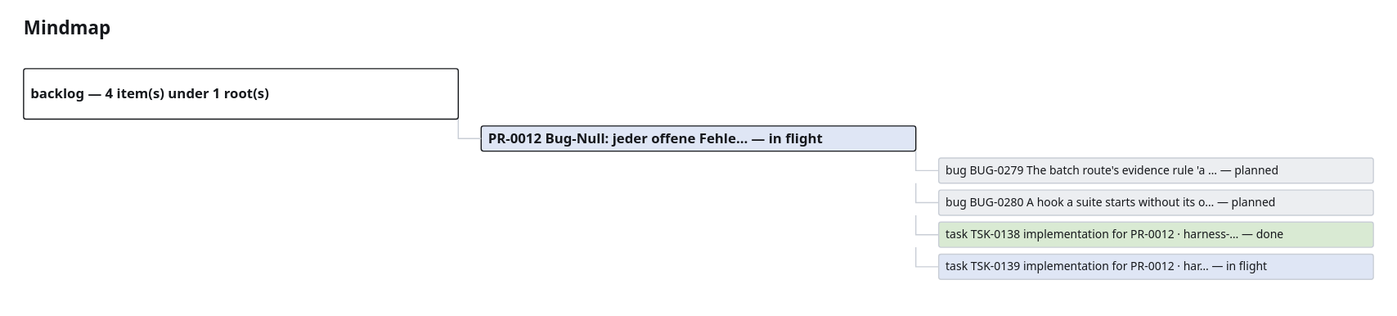
This is project_memory/generated/mindmap.drawio.svg from GiaZenX/harness, a draw.io export, as it was before one commit. Source tidied: cells renumbered, new cells last; positions are measured from the earlier drawing's top-left corner, leaving out a move shared by most shapes.
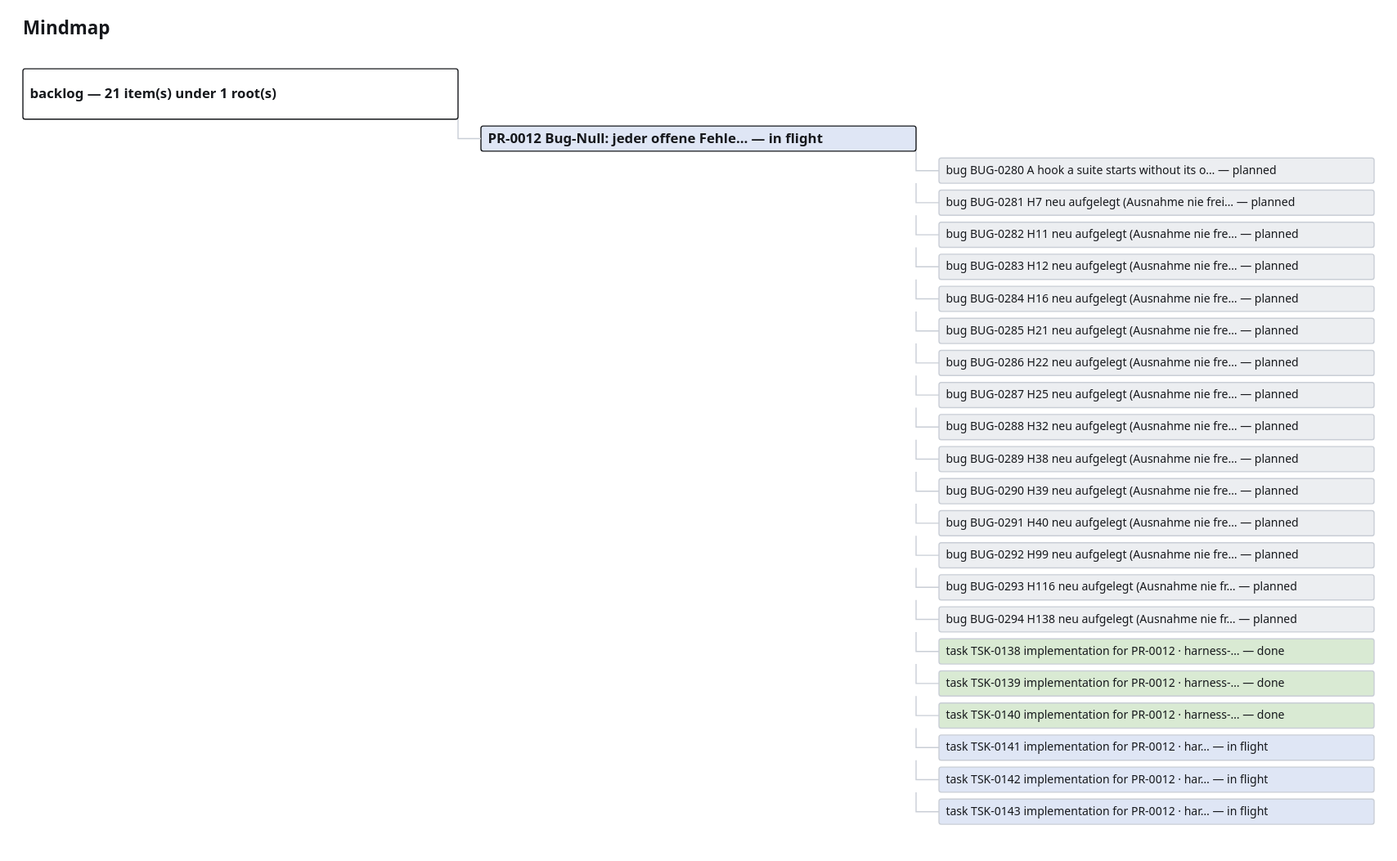
The same file after the commit.

Diff of the diagram source:
```diff
@@ -5,7 +5,7 @@
     <mxCell id="2" value="Mindmap" style="text;html=1;fontSize=16;fontStyle=1;" parent="1" vertex="1">
       <mxGeometry width="300" height="20" as="geometry" />
     </mxCell>
-    <mxCell id="3" value="backlog — 4 item(s) under 1 root(s)" style="rounded=1;whiteSpace=wrap;html=1;fillColor=#ffffff;strokeColor=#16181c;fontSize=12;fontStyle=1;" parent="1" vertex="1">
+    <mxCell id="3" value="backlog — 21 item(s) under 1 root(s)" style="rounded=1;whiteSpace=wrap;html=1;fillColor=#ffffff;strokeColor=#16181c;fontSize=12;fontStyle=1;" parent="1" vertex="1">
       <mxGeometry y="44" width="380" height="44" as="geometry" />
     </mxCell>
     <mxCell id="4" value="PR-0012 Bug-Null: jeder offene Fehle… — in flight" style="rounded=1;whiteSpace=wrap;html=1;fillColor=#dfe6f5;strokeColor=#16181c;fontSize=12;fontStyle=1;" parent="1" vertex="1">
@@ -14,29 +14,131 @@
     <mxCell id="5" style="edgeStyle=orthogonalEdgeStyle;endArrow=none;strokeColor=#c9ced6;" parent="1" edge="1" source="3" target="4">
       <mxGeometry relative="1" as="geometry" />
     </mxCell>
-    <mxCell id="6" value="bug BUG-0279 The batch route's evidence rule 'a … — planned" style="rounded=1;whiteSpace=wrap;html=1;fillColor=#eceef1;strokeColor=#c9ced6;fontSize=10;" parent="1" vertex="1">
+    <mxCell id="6" value="bug BUG-0280 A hook a suite starts without its o… — planned" style="rounded=1;whiteSpace=wrap;html=1;fillColor=#eceef1;strokeColor=#c9ced6;fontSize=10;" parent="1" vertex="1">
       <mxGeometry x="800" y="122" width="380" height="22" as="geometry" />
     </mxCell>
     <mxCell id="7" style="edgeStyle=orthogonalEdgeStyle;endArrow=none;strokeColor=#c9ced6;" parent="1" edge="1" source="4" target="6">
       <mxGeometry relative="1" as="geometry" />
     </mxCell>
-    <mxCell id="8" value="bug BUG-0280 A hook a suite starts without its o… — planned" style="rounded=1;whiteSpace=wrap;html=1;fillColor=#eceef1;strokeColor=#c9ced6;fontSize=10;" parent="1" vertex="1">
+    <mxCell id="8" value="bug BUG-0281 H7 neu aufgelegt (Ausnahme nie frei… — planned" style="rounded=1;whiteSpace=wrap;html=1;fillColor=#eceef1;strokeColor=#c9ced6;fontSize=10;" parent="1" vertex="1">
       <mxGeometry x="800" y="150" width="380" height="22" as="geometry" />
     </mxCell>
     <mxCell id="9" style="edgeStyle=orthogonalEdgeStyle;endArrow=none;strokeColor=#c9ced6;" parent="1" edge="1" source="4" target="8">
       <mxGeometry relative="1" as="geometry" />
     </mxCell>
-    <mxCell id="10" value="task TSK-0138 implementation for PR-0012 · harness-… — done" style="rounded=1;whiteSpace=wrap;html=1;fillColor=#d9ead3;strokeColor=#c9ced6;fontSize=10;" parent="1" vertex="1">
+    <mxCell id="10" value="bug BUG-0282 H11 neu aufgelegt (Ausnahme nie fre… — planned" style="rounded=1;whiteSpace=wrap;html=1;fillColor=#eceef1;strokeColor=#c9ced6;fontSize=10;" parent="1" vertex="1">
       <mxGeometry x="800" y="178" width="380" height="22" as="geometry" />
     </mxCell>
     <mxCell id="11" style="edgeStyle=orthogonalEdgeStyle;endArrow=none;strokeColor=#c9ced6;" parent="1" edge="1" source="4" target="10">
       <mxGeometry relative="1" as="geometry" />
     </mxCell>
-    <mxCell id="12" value="task TSK-0139 implementation for PR-0012 · har… — in flight" style="rounded=1;whiteSpace=wrap;html=1;fillColor=#dfe6f5;strokeColor=#c9ced6;fontSize=10;" parent="1" vertex="1">
+    <mxCell id="12" value="bug BUG-0283 H12 neu aufgelegt (Ausnahme nie fre… — planned" style="rounded=1;whiteSpace=wrap;html=1;fillColor=#eceef1;strokeColor=#c9ced6;fontSize=10;" parent="1" vertex="1">
       <mxGeometry x="800" y="206" width="380" height="22" as="geometry" />
     </mxCell>
     <mxCell id="13" style="edgeStyle=orthogonalEdgeStyle;endArrow=none;strokeColor=#c9ced6;" parent="1" edge="1" source="4" target="12">
       <mxGeometry relative="1" as="geometry" />
     </mxCell>
+    <mxCell id="14" value="bug BUG-0284 H16 neu aufgelegt (Ausnahme nie fre… — planned" style="rounded=1;whiteSpace=wrap;html=1;fillColor=#eceef1;strokeColor=#c9ced6;fontSize=10;" parent="1" vertex="1">
+      <mxGeometry x="800" y="234" width="380" height="22" as="geometry" />
+    </mxCell>
+    <mxCell id="15" style="edgeStyle=orthogonalEdgeStyle;endArrow=none;strokeColor=#c9ced6;" parent="1" edge="1" source="4" target="14">
+      <mxGeometry relative="1" as="geometry" />
+    </mxCell>
+    <mxCell id="16" value="bug BUG-0285 H21 neu aufgelegt (Ausnahme nie fre… — planned" style="rounded=1;whiteSpace=wrap;html=1;fillColor=#eceef1;strokeColor=#c9ced6;fontSize=10;" parent="1" vertex="1">
+      <mxGeometry x="800" y="262" width="380" height="22" as="geometry" />
+    </mxCell>
+    <mxCell id="17" style="edgeStyle=orthogonalEdgeStyle;endArrow=none;strokeColor=#c9ced6;" parent="1" edge="1" source="4" target="16">
+      <mxGeometry relative="1" as="geometry" />
+    </mxCell>
+    <mxCell id="18" value="bug BUG-0286 H22 neu aufgelegt (Ausnahme nie fre… — planned" style="rounded=1;whiteSpace=wrap;html=1;fillColor=#eceef1;strokeColor=#c9ced6;fontSize=10;" parent="1" vertex="1">
+      <mxGeometry x="800" y="290" width="380" height="22" as="geometry" />
+    </mxCell>
+    <mxCell id="19" style="edgeStyle=orthogonalEdgeStyle;endArrow=none;strokeColor=#c9ced6;" parent="1" edge="1" source="4" target="18">
+      <mxGeometry relative="1" as="geometry" />
+    </mxCell>
+    <mxCell id="20" value="bug BUG-0287 H25 neu aufgelegt (Ausnahme nie fre… — planned" style="rounded=1;whiteSpace=wrap;html=1;fillColor=#eceef1;strokeColor=#c9ced6;fontSize=10;" parent="1" vertex="1">
+      <mxGeometry x="800" y="318" width="380" height="22" as="geometry" />
+    </mxCell>
+    <mxCell id="21" style="edgeStyle=orthogonalEdgeStyle;endArrow=none;strokeColor=#c9ced6;" parent="1" edge="1" source="4" target="20">
+      <mxGeometry relative="1" as="geometry" />
+    </mxCell>
+    <mxCell id="22" value="bug BUG-0288 H32 neu aufgelegt (Ausnahme nie fre… — planned" style="rounded=1;whiteSpace=wrap;html=1;fillColor=#eceef1;strokeColor=#c9ced6;fontSize=10;" parent="1" vertex="1">
+      <mxGeometry x="800" y="346" width="380" height="22" as="geometry" />
+    </mxCell>
+    <mxCell id="23" style="edgeStyle=orthogonalEdgeStyle;endArrow=none;strokeColor=#c9ced6;" parent="1" edge="1" source="4" target="22">
+      <mxGeometry relative="1" as="geometry" />
+    </mxCell>
+    <mxCell id="24" value="bug BUG-0289 H38 neu aufgelegt (Ausnahme nie fre… — planned" style="rounded=1;whiteSpace=wrap;html=1;fillColor=#eceef1;strokeColor=#c9ced6;fontSize=10;" parent="1" vertex="1">
+      <mxGeometry x="800" y="374" width="380" height="22" as="geometry" />
+    </mxCell>
+    <mxCell id="25" style="edgeStyle=orthogonalEdgeStyle;endArrow=none;strokeColor=#c9ced6;" parent="1" edge="1" source="4" target="24">
+      <mxGeometry relative="1" as="geometry" />
+    </mxCell>
+    <mxCell id="26" value="bug BUG-0290 H39 neu aufgelegt (Ausnahme nie fre… — planned" style="rounded=1;whiteSpace=wrap;html=1;fillColor=#eceef1;strokeColor=#c9ced6;fontSize=10;" parent="1" vertex="1">
+      <mxGeometry x="800" y="402" width="380" height="22" as="geometry" />
+    </mxCell>
+    <mxCell id="27" style="edgeStyle=orthogonalEdgeStyle;endArrow=none;strokeColor=#c9ced6;" parent="1" edge="1" source="4" target="26">
+      <mxGeometry relative="1" as="geometry" />
+    </mxCell>
+    <mxCell id="28" value="bug BUG-0291 H40 neu aufgelegt (Ausnahme nie fre… — planned" style="rounded=1;whiteSpace=wrap;html=1;fillColor=#eceef1;strokeColor=#c9ced6;fontSize=10;" parent="1" vertex="1">
+      <mxGeometry x="800" y="430" width="380" height="22" as="geometry" />
+    </mxCell>
+    <mxCell id="29" style="edgeStyle=orthogonalEdgeStyle;endArrow=none;strokeColor=#c9ced6;" parent="1" edge="1" source="4" target="28">
+      <mxGeometry relative="1" as="geometry" />
+    </mxCell>
+    <mxCell id="30" value="bug BUG-0292 H99 neu aufgelegt (Ausnahme nie fre… — planned" style="rounded=1;whiteSpace=wrap;html=1;fillColor=#eceef1;strokeColor=#c9ced6;fontSize=10;" parent="1" vertex="1">
+      <mxGeometry x="800" y="458" width="380" height="22" as="geometry" />
+    </mxCell>
+    <mxCell id="31" style="edgeStyle=orthogonalEdgeStyle;endArrow=none;strokeColor=#c9ced6;" parent="1" edge="1" source="4" target="30">
+      <mxGeometry relative="1" as="geometry" />
+    </mxCell>
+    <mxCell id="32" value="bug BUG-0293 H116 neu aufgelegt (Ausnahme nie fr… — planned" style="rounded=1;whiteSpace=wrap;html=1;fillColor=#eceef1;strokeColor=#c9ced6;fontSize=10;" parent="1" vertex="1">
+      <mxGeometry x="800" y="486" width="380" height="22" as="geometry" />
+    </mxCell>
+    <mxCell id="33" style="edgeStyle=orthogonalEdgeStyle;endArrow=none;strokeColor=#c9ced6;" parent="1" edge="1" source="4" target="32">
+      <mxGeometry relative="1" as="geometry" />
+    </mxCell>
+    <mxCell id="34" value="bug BUG-0294 H138 neu aufgelegt (Ausnahme nie fr… — planned" style="rounded=1;whiteSpace=wrap;html=1;fillColor=#eceef1;strokeColor=#c9ced6;fontSize=10;" parent="1" vertex="1">
+      <mxGeometry x="800" y="514" width="380" height="22" as="geometry" />
+    </mxCell>
+    <mxCell id="35" style="edgeStyle=orthogonalEdgeStyle;endArrow=none;strokeColor=#c9ced6;" parent="1" edge="1" source="4" target="34">
+      <mxGeometry relative="1" as="geometry" />
+    </mxCell>
+    <mxCell id="36" value="task TSK-0138 implementation for PR-0012 · harness-… — done" style="rounded=1;whiteSpace=wrap;html=1;fillColor=#d9ead3;strokeColor=#c9ced6;fontSize=10;" parent="1" vertex="1">
+      <mxGeometry x="800" y="542" width="380" height="22" as="geometry" />
+    </mxCell>
+    <mxCell id="37" style="edgeStyle=orthogonalEdgeStyle;endArrow=none;strokeColor=#c9ced6;" parent="1" edge="1" source="4" target="36">
+      <mxGeometry relative="1" as="geometry" />
+    </mxCell>
+    <mxCell id="38" value="task TSK-0139 implementation for PR-0012 · harness-… — done" style="rounded=1;whiteSpace=wrap;html=1;fillColor=#d9ead3;strokeColor=#c9ced6;fontSize=10;" parent="1" vertex="1">
+      <mxGeometry x="800" y="570" width="380" height="22" as="geometry" />
+    </mxCell>
+    <mxCell id="39" style="edgeStyle=orthogonalEdgeStyle;endArrow=none;strokeColor=#c9ced6;" parent="1" edge="1" source="4" target="38">
+      <mxGeometry relative="1" as="geometry" />
+    </mxCell>
+    <mxCell id="40" value="task TSK-0140 implementation for PR-0012 · harness-… — done" style="rounded=1;whiteSpace=wrap;html=1;fillColor=#d9ead3;strokeColor=#c9ced6;fontSize=10;" parent="1" vertex="1">
+      <mxGeometry x="800" y="598" width="380" height="22" as="geometry" />
+    </mxCell>
+    <mxCell id="41" style="edgeStyle=orthogonalEdgeStyle;endArrow=none;strokeColor=#c9ced6;" parent="1" edge="1" source="4" target="40">
+      <mxGeometry relative="1" as="geometry" />
+    </mxCell>
+    <mxCell id="42" value="task TSK-0141 implementation for PR-0012 · har… — in flight" style="rounded=1;whiteSpace=wrap;html=1;fillColor=#dfe6f5;strokeColor=#c9ced6;fontSize=10;" parent="1" vertex="1">
+      <mxGeometry x="800" y="626" width="380" height="22" as="geometry" />
+    </mxCell>
+    <mxCell id="43" style="edgeStyle=orthogonalEdgeStyle;endArrow=none;strokeColor=#c9ced6;" parent="1" edge="1" source="4" target="42">
+      <mxGeometry relative="1" as="geometry" />
+    </mxCell>
+    <mxCell id="44" value="task TSK-0142 implementation for PR-0012 · har… — in flight" style="rounded=1;whiteSpace=wrap;html=1;fillColor=#dfe6f5;strokeColor=#c9ced6;fontSize=10;" parent="1" vertex="1">
+      <mxGeometry x="800" y="654" width="380" height="22" as="geometry" />
+    </mxCell>
+    <mxCell id="45" style="edgeStyle=orthogonalEdgeStyle;endArrow=none;strokeColor=#c9ced6;" parent="1" edge="1" source="4" target="44">
+      <mxGeometry relative="1" as="geometry" />
+    </mxCell>
+    <mxCell id="46" value="task TSK-0143 implementation for PR-0012 · har… — in flight" style="rounded=1;whiteSpace=wrap;html=1;fillColor=#dfe6f5;strokeColor=#c9ced6;fontSize=10;" parent="1" vertex="1">
+      <mxGeometry x="800" y="682" width="380" height="22" as="geometry" />
+    </mxCell>
+    <mxCell id="47" style="edgeStyle=orthogonalEdgeStyle;endArrow=none;strokeColor=#c9ced6;" parent="1" edge="1" source="4" target="46">
+      <mxGeometry relative="1" as="geometry" />
+    </mxCell>
   </root>
 </mxGraphModel>
```
